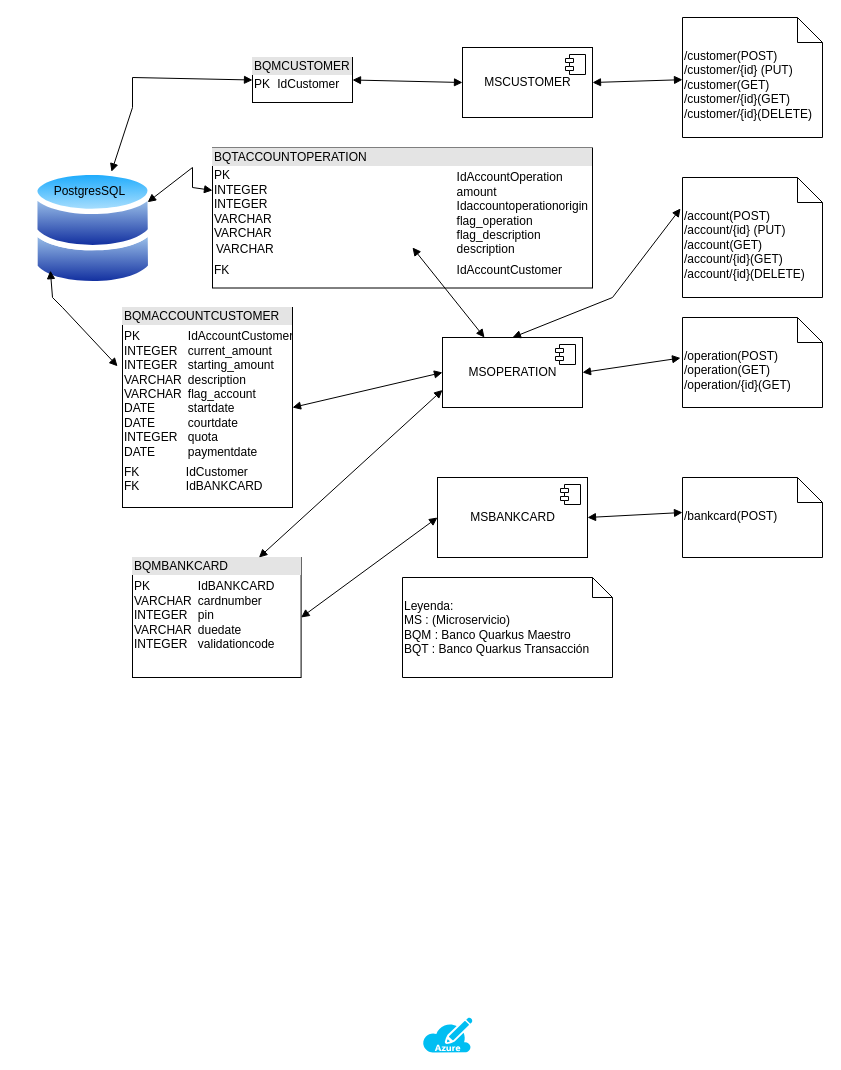
AppBancoQuarkus/designsolution keeps this draw.io diagram as SolutionBank-v1.drawio. Above is the earlier version. Source tidied: cells renumbered, new cells numbered last; positions are measured from the earlier drawing's top-left corner, leaving out a move shared by most shapes. Both pictures are drawn from the tidied source at 100%, with x=0, y=0 at pixel (32, 17).
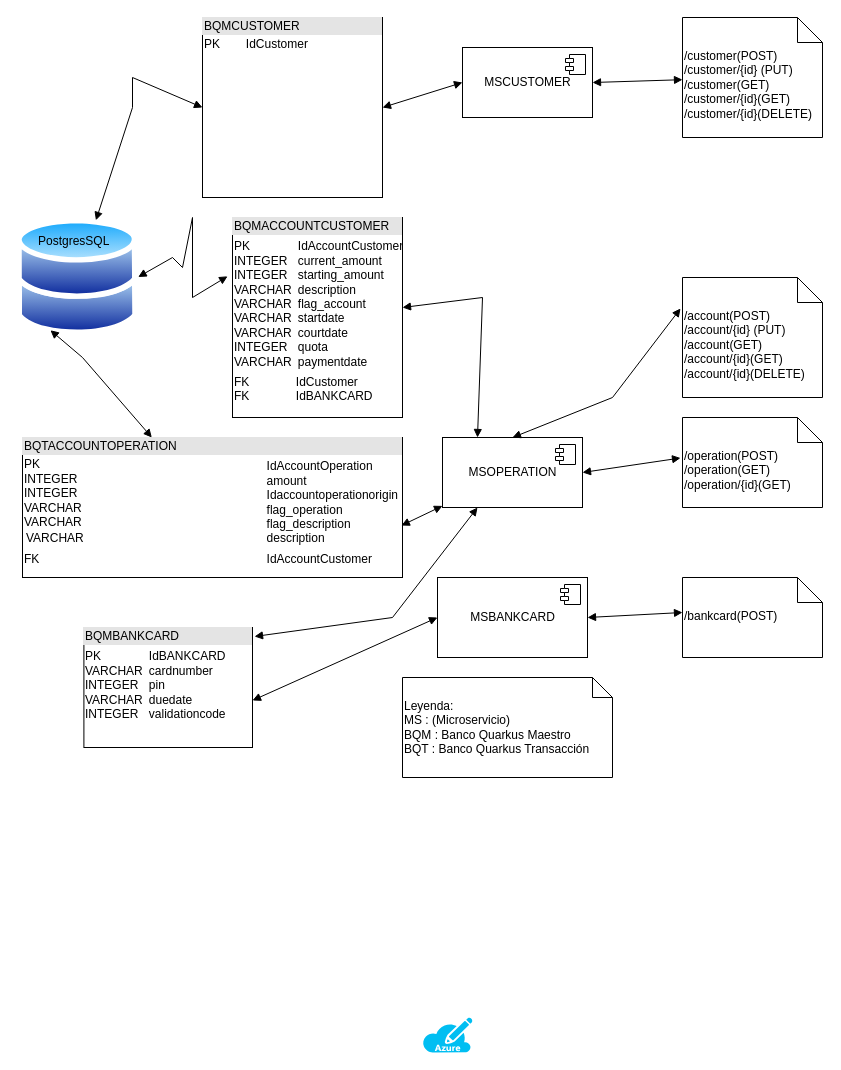
After the change.

Commit message (it also covers changes not shown here):
Agregando simulation data

The edit, as a diff of the source:
```diff
@@
     <mxCell id="5" style="perimeter=ellipsePerimeter;html=1;align=center;shadow=0;dashed=0;spacingTop=3;image;image=img/lib/active_directory/databases.svg;" parent="1" vertex="1">
-      <mxGeometry y="151.5" width="121.4" height="119" as="geometry" />
+      <mxGeometry x="-15.7" y="200" width="121.4" height="119" as="geometry" />
     </mxCell>
@@
     <mxCell id="7" value="&lt;div style=&quot;box-sizing:border-box;width:100%;background:#e4e4e4;padding:2px;&quot;&gt;BQMCUSTOMER&lt;/div&gt;&lt;table style=&quot;width:100%;font-size:1em;&quot; cellpadding=&quot;2&quot; cellspacing=&quot;0&quot;&gt;&lt;tbody&gt;&lt;tr&gt;&lt;td&gt;PK&lt;/td&gt;&lt;td&gt;IdCustomer&lt;br&gt;&lt;/td&gt;&lt;/tr&gt;&lt;tr&gt;&lt;td&gt;&lt;br&gt;&lt;/td&gt;&lt;td&gt;&lt;br&gt;&lt;/td&gt;&lt;/tr&gt;&lt;tr&gt;&lt;td&gt;&lt;/td&gt;&lt;td&gt;&lt;br&gt;&lt;/td&gt;&lt;/tr&gt;&lt;/tbody&gt;&lt;/table&gt;" style="verticalAlign=top;align=left;overflow=fill;html=1;" parent="1" vertex="1">
-      <mxGeometry x="220" y="40" width="100" height="45" as="geometry" />
+      <mxGeometry x="170" width="180" height="180" as="geometry" />
     </mxCell>
@@
-    <mxCell id="10" value="&lt;div style=&quot;box-sizing:border-box;width:100%;background:#e4e4e4;padding:2px;&quot;&gt;BQMACCOUNTCUSTOMER&lt;/div&gt;&lt;table style=&quot;width:100%;font-size:1em;&quot; cellpadding=&quot;2&quot; cellspacing=&quot;0&quot;&gt;&lt;tbody&gt;&lt;tr&gt;&lt;td&gt;PK&lt;br&gt;INTEGER&lt;br&gt;INTEGER&lt;br&gt;VARCHAR&lt;br&gt;VARCHAR&lt;br&gt;DATE&lt;br&gt;DATE&lt;br&gt;INTEGER&lt;br&gt;DATE&lt;/td&gt;&lt;td&gt;&lt;table style=&quot;font-size: 1em; width: 160px;&quot; cellpadding=&quot;2&quot; cellspacing=&quot;0&quot;&gt;&lt;tbody&gt;&lt;tr&gt;&lt;td&gt;IdAccountCustomer&lt;br&gt;current_amount&lt;br&gt;starting_amount&lt;br&gt;description&lt;br&gt;flag_account&lt;br&gt;startdate&lt;br&gt;courtdate&lt;br&gt;quota&lt;br&gt;paymentdate&lt;br&gt;&lt;/td&gt;&lt;/tr&gt;&lt;/tbody&gt;&lt;/table&gt;&lt;/td&gt;&lt;/tr&gt;&lt;tr&gt;&lt;td&gt;FK&lt;br&gt;FK&lt;/td&gt;&lt;td&gt;IdCustomer&lt;br&gt;IdBANKCARD&lt;br&gt;&lt;/td&gt;&lt;/tr&gt;&lt;/tbody&gt;&lt;/table&gt;" style="verticalAlign=top;align=left;overflow=fill;html=1;" parent="1" vertex="1">
-      <mxGeometry x="90" y="290" width="170" height="200" as="geometry" />
+    <mxCell id="10" value="&lt;div style=&quot;box-sizing:border-box;width:100%;background:#e4e4e4;padding:2px;&quot;&gt;BQMACCOUNTCUSTOMER&lt;/div&gt;&lt;table style=&quot;width:100%;font-size:1em;&quot; cellpadding=&quot;2&quot; cellspacing=&quot;0&quot;&gt;&lt;tbody&gt;&lt;tr&gt;&lt;td&gt;PK&lt;br&gt;INTEGER&lt;br&gt;INTEGER&lt;br&gt;VARCHAR&lt;br&gt;VARCHAR&lt;br&gt;VARCHAR&lt;br&gt;VARCHAR&lt;br&gt;INTEGER&lt;br&gt;VARCHAR&lt;br&gt;&lt;/td&gt;&lt;td&gt;&lt;table style=&quot;font-size: 1em; width: 160px;&quot; cellpadding=&quot;2&quot; cellspacing=&quot;0&quot;&gt;&lt;tbody&gt;&lt;tr&gt;&lt;td&gt;IdAccountCustomer&lt;br&gt;current_amount&lt;br&gt;starting_amount&lt;br&gt;description&lt;br&gt;flag_account&lt;br&gt;startdate&lt;br&gt;courtdate&lt;br&gt;quota&lt;br&gt;paymentdate&lt;br&gt;&lt;/td&gt;&lt;/tr&gt;&lt;/tbody&gt;&lt;/table&gt;&lt;/td&gt;&lt;/tr&gt;&lt;tr&gt;&lt;td&gt;FK&lt;br&gt;FK&lt;/td&gt;&lt;td&gt;IdCustomer&lt;br&gt;IdBANKCARD&lt;br&gt;&lt;/td&gt;&lt;/tr&gt;&lt;/tbody&gt;&lt;/table&gt;" style="verticalAlign=top;align=left;overflow=fill;html=1;" parent="1" vertex="1">
+      <mxGeometry x="200" y="200" width="170" height="200" as="geometry" />
     </mxCell>
     <mxCell id="11" value="&lt;div style=&quot;box-sizing:border-box;width:100%;background:#e4e4e4;padding:2px;&quot;&gt;BQTACCOUNTOPERATION&lt;/div&gt;&lt;table style=&quot;width:100%;font-size:1em;&quot; cellpadding=&quot;2&quot; cellspacing=&quot;0&quot;&gt;&lt;tbody&gt;&lt;tr&gt;&lt;td&gt;PK&lt;br&gt;INTEGER&lt;br&gt;INTEGER&lt;br&gt;VARCHAR&lt;br&gt;VARCHAR&lt;br&gt;&lt;table style=&quot;font-size: 1em; width: 235px;&quot; cellpadding=&quot;2&quot; cellspacing=&quot;0&quot;&gt;&lt;tbody&gt;&lt;tr&gt;&lt;td&gt;VARCHAR&lt;br&gt;&lt;/td&gt;&lt;/tr&gt;&lt;/tbody&gt;&lt;/table&gt;&lt;/td&gt;&lt;td&gt;IdAccountOperation&lt;br&gt;amount&lt;br&gt;Idaccountoperationorigin&lt;br&gt;flag_operation&lt;br&gt;flag_description&lt;br&gt;description&lt;/td&gt;&lt;/tr&gt;&lt;tr&gt;&lt;td&gt;FK&lt;/td&gt;&lt;td&gt;IdAccountCustomer&lt;/td&gt;&lt;/tr&gt;&lt;tr&gt;&lt;td&gt;&lt;/td&gt;&lt;td&gt;&lt;br&gt;&lt;/td&gt;&lt;/tr&gt;&lt;/tbody&gt;&lt;/table&gt;" style="verticalAlign=top;align=left;overflow=fill;html=1;" parent="1" vertex="1">
-      <mxGeometry x="180" y="130.5" width="380" height="140" as="geometry" />
+      <mxGeometry x="-10" y="420" width="380" height="140" as="geometry" />
     </mxCell>
     <mxCell id="12" value="MSOPERATION" style="html=1;" parent="1" vertex="1">
-      <mxGeometry x="410" y="320" width="140" height="70" as="geometry" />
+      <mxGeometry x="410" y="420" width="140" height="70" as="geometry" />
     </mxCell>
@@
     <mxCell id="14" value="/account(POST)&lt;br&gt;/account/{id} (PUT)&lt;br&gt;&lt;div style=&quot;&quot;&gt;&lt;span style=&quot;background-color: initial;&quot;&gt;/&lt;/span&gt;account&lt;span style=&quot;background-color: initial;&quot;&gt;(GET)&lt;/span&gt;&lt;/div&gt;&lt;div style=&quot;&quot;&gt;/account/{id}(GET)&lt;/div&gt;/account/{id}(DELETE)" style="shape=note2;boundedLbl=1;whiteSpace=wrap;html=1;size=25;verticalAlign=top;align=left;" parent="1" vertex="1">
-      <mxGeometry x="650" y="160" width="140" height="120" as="geometry" />
+      <mxGeometry x="650" y="260" width="140" height="120" as="geometry" />
     </mxCell>
     <mxCell id="15" value="/operation(POST)&lt;br&gt;&lt;div style=&quot;&quot;&gt;&lt;span style=&quot;background-color: initial;&quot;&gt;/&lt;/span&gt;operation&lt;span style=&quot;background-color: initial;&quot;&gt;(GET)&lt;/span&gt;&lt;/div&gt;&lt;div style=&quot;&quot;&gt;/operation/{id}(GET)&lt;/div&gt;" style="shape=note2;boundedLbl=1;whiteSpace=wrap;html=1;size=25;verticalAlign=top;align=left;" parent="1" vertex="1">
-      <mxGeometry x="650" y="300" width="140" height="90" as="geometry" />
+      <mxGeometry x="650" y="400" width="140" height="90" as="geometry" />
     </mxCell>
@@
     <mxCell id="17" style="endArrow=block;startArrow=block;endFill=1;startFill=1;html=1;rounded=0;exitX=0.5;exitY=0;exitDx=0;exitDy=0;entryX=-0.014;entryY=0.258;entryDx=0;entryDy=0;entryPerimeter=0;" parent="1" edge="1" source="12" target="14">
       <mxGeometry relative="1" as="geometry">
         <Array as="points">
-          <mxPoint x="580" y="280" />
+          <mxPoint x="580" y="380" />
         </Array>
       </mxGeometry>
     </mxCell>
@@
-    <mxCell id="19" style="endArrow=block;startArrow=block;endFill=1;startFill=1;html=1;rounded=0;exitX=0.5;exitY=1;exitDx=0;exitDy=0;" parent="1" edge="1" target="12">
-      <mxGeometry relative="1" as="geometry">
-        <mxPoint x="380" y="230" as="sourcePoint" />
-      </mxGeometry>
+    <mxCell id="19" style="endArrow=block;startArrow=block;endFill=1;startFill=1;html=1;rounded=0;exitX=0.997;exitY=0.629;exitDx=0;exitDy=0;exitPerimeter=0;" parent="1" edge="1" source="11" target="12">
+      <mxGeometry relative="1" as="geometry" />
     </mxCell>
-    <mxCell id="20" style="endArrow=block;startArrow=block;endFill=1;startFill=1;html=1;rounded=0;entryX=0;entryY=0.5;entryDx=0;entryDy=0;exitX=1;exitY=0.5;exitDx=0;exitDy=0;" parent="1" edge="1" source="10" target="12">
-      <mxGeometry relative="1" as="geometry" />
+    <mxCell id="20" style="endArrow=block;startArrow=block;endFill=1;startFill=1;html=1;rounded=0;entryX=0.25;entryY=0;entryDx=0;entryDy=0;exitX=1;exitY=0.5;exitDx=0;exitDy=0;" parent="1" edge="1" target="12">
+      <mxGeometry relative="1" as="geometry">
+        <mxPoint x="370" y="290" as="sourcePoint" />
+        <Array as="points">
+          <mxPoint x="450" y="280" />
+        </Array>
+      </mxGeometry>
     </mxCell>
-    <mxCell id="21" style="endArrow=block;startArrow=block;endFill=1;startFill=1;html=1;rounded=0;entryX=-0.029;entryY=0.294;entryDx=0;entryDy=0;entryPerimeter=0;exitX=0;exitY=1;exitDx=0;exitDy=0;" parent="1" edge="1" source="5" target="10">
+    <mxCell id="21" style="endArrow=block;startArrow=block;endFill=1;startFill=1;html=1;rounded=0;entryX=-0.029;entryY=0.294;entryDx=0;entryDy=0;entryPerimeter=0;exitX=1;exitY=0.5;exitDx=0;exitDy=0;" parent="1" edge="1" source="5" target="10">
       <mxGeometry relative="1" as="geometry">
         <Array as="points">
-          <mxPoint x="20" y="280" />
-          <mxPoint x="30" y="290" />
+          <mxPoint x="140" y="240" />
+          <mxPoint x="150" y="250" />
+          <mxPoint x="160" y="200" />
+          <mxPoint x="160" y="280" />
         </Array>
       </mxGeometry>
     </mxCell>
-    <mxCell id="22" style="endArrow=block;startArrow=block;endFill=1;startFill=1;html=1;rounded=0;exitX=1;exitY=0.25;exitDx=0;exitDy=0;" parent="1" edge="1" source="5" target="11">
+    <mxCell id="22" style="endArrow=block;startArrow=block;endFill=1;startFill=1;html=1;rounded=0;exitX=0.25;exitY=1;exitDx=0;exitDy=0;" parent="1" edge="1" source="5" target="11">
       <mxGeometry relative="1" as="geometry">
         <Array as="points">
-          <mxPoint x="160" y="150" />
-          <mxPoint x="160" y="170" />
+          <mxPoint x="50" y="340" />
         </Array>
       </mxGeometry>
     </mxCell>
     <mxCell id="23" value="MSBANKCARD" style="html=1;" parent="1" vertex="1">
-      <mxGeometry x="405" y="460" width="150" height="80" as="geometry" />
+      <mxGeometry x="405" y="560" width="150" height="80" as="geometry" />
     </mxCell>
@@
     <mxCell id="25" value="&lt;div style=&quot;box-sizing:border-box;width:100%;background:#e4e4e4;padding:2px;&quot;&gt;BQMBANKCARD&lt;/div&gt;&lt;table style=&quot;width:100%;font-size:1em;&quot; cellpadding=&quot;2&quot; cellspacing=&quot;0&quot;&gt;&lt;tbody&gt;&lt;tr&gt;&lt;td&gt;PK&lt;br&gt;VARCHAR&lt;br&gt;INTEGER&lt;br&gt;VARCHAR&lt;br style=&quot;border-color: var(--border-color);&quot;&gt;INTEGER&lt;br&gt;&lt;/td&gt;&lt;td&gt;&lt;table style=&quot;font-size: 1em; width: 160px;&quot; cellpadding=&quot;2&quot; cellspacing=&quot;0&quot;&gt;&lt;tbody&gt;&lt;tr&gt;&lt;td&gt;IdBANKCARD&lt;br&gt;cardnumber&lt;br&gt;pin&lt;br&gt;duedate&lt;br&gt;validationcode&lt;/td&gt;&lt;/tr&gt;&lt;/tbody&gt;&lt;/table&gt;&lt;/td&gt;&lt;/tr&gt;&lt;tr&gt;&lt;td&gt;&lt;br&gt;&lt;/td&gt;&lt;td&gt;&lt;br&gt;&lt;/td&gt;&lt;/tr&gt;&lt;/tbody&gt;&lt;/table&gt;" style="verticalAlign=top;align=left;overflow=fill;html=1;" parent="1" vertex="1">
-      <mxGeometry x="100" y="540" width="168.6" height="120" as="geometry" />
+      <mxGeometry x="51.4" y="610" width="168.6" height="120" as="geometry" />
     </mxCell>
-    <mxCell id="26" style="endArrow=block;startArrow=block;endFill=1;startFill=1;html=1;rounded=0;entryX=0;entryY=0.5;entryDx=0;entryDy=0;exitX=1;exitY=0.5;exitDx=0;exitDy=0;" parent="1" edge="1" source="25" target="23">
+    <mxCell id="26" style="endArrow=block;startArrow=block;endFill=1;startFill=1;html=1;rounded=0;entryX=0;entryY=0.5;entryDx=0;entryDy=0;exitX=1;exitY=0.608;exitDx=0;exitDy=0;exitPerimeter=0;" parent="1" edge="1" source="25" target="23">
       <mxGeometry relative="1" as="geometry" />
     </mxCell>
     <mxCell id="27" style="endArrow=block;startArrow=block;endFill=1;startFill=1;html=1;rounded=0;exitX=1;exitY=0.5;exitDx=0;exitDy=0;entryX=0;entryY=0.5;entryDx=0;entryDy=0;entryPerimeter=0;" parent="1" edge="1" source="23">
       <mxGeometry relative="1" as="geometry">
-        <mxPoint x="650" y="495" as="targetPoint" />
+        <mxPoint x="650" y="595" as="targetPoint" />
       </mxGeometry>
     </mxCell>
     <mxCell id="28" value="/bankcard(POST)" style="shape=note2;boundedLbl=1;whiteSpace=wrap;html=1;size=25;verticalAlign=top;align=left;" parent="1" vertex="1">
-      <mxGeometry x="650" y="460" width="140" height="80" as="geometry" />
+      <mxGeometry x="650" y="560" width="140" height="80" as="geometry" />
     </mxCell>
-    <mxCell id="29" style="endArrow=block;startArrow=block;endFill=1;startFill=1;html=1;rounded=0;entryX=0;entryY=0.75;entryDx=0;entryDy=0;exitX=0.75;exitY=0;exitDx=0;exitDy=0;" parent="1" edge="1" source="25" target="12">
-      <mxGeometry relative="1" as="geometry" />
+    <mxCell id="29" style="endArrow=block;startArrow=block;endFill=1;startFill=1;html=1;rounded=0;entryX=0.25;entryY=1;entryDx=0;entryDy=0;exitX=1.012;exitY=0.075;exitDx=0;exitDy=0;exitPerimeter=0;" parent="1" edge="1" source="25" target="12">
+      <mxGeometry relative="1" as="geometry">
+        <Array as="points">
+          <mxPoint x="360" y="600" />
+        </Array>
+      </mxGeometry>
     </mxCell>
     <mxCell id="30" value="Leyenda:&lt;br&gt;MS : (Microservicio)&lt;br&gt;BQM : Banco Quarkus Maestro&lt;br&gt;BQT : Banco Quarkus Transacción" style="shape=note;size=20;whiteSpace=wrap;html=1;align=left;" parent="1" vertex="1">
-      <mxGeometry x="370" y="560" width="210" height="100" as="geometry" />
+      <mxGeometry x="370" y="660" width="210" height="100" as="geometry" />
     </mxCell>
     <mxCell id="31" value="PostgresSQL" style="text;strokeColor=none;fillColor=none;spacingLeft=4;spacingRight=4;overflow=hidden;fontSize=12;" parent="1" vertex="1">
-      <mxGeometry x="15.7" y="160" width="90" height="30" as="geometry" />
+      <mxGeometry y="210" width="90" height="30" as="geometry" />
     </mxCell>
```
